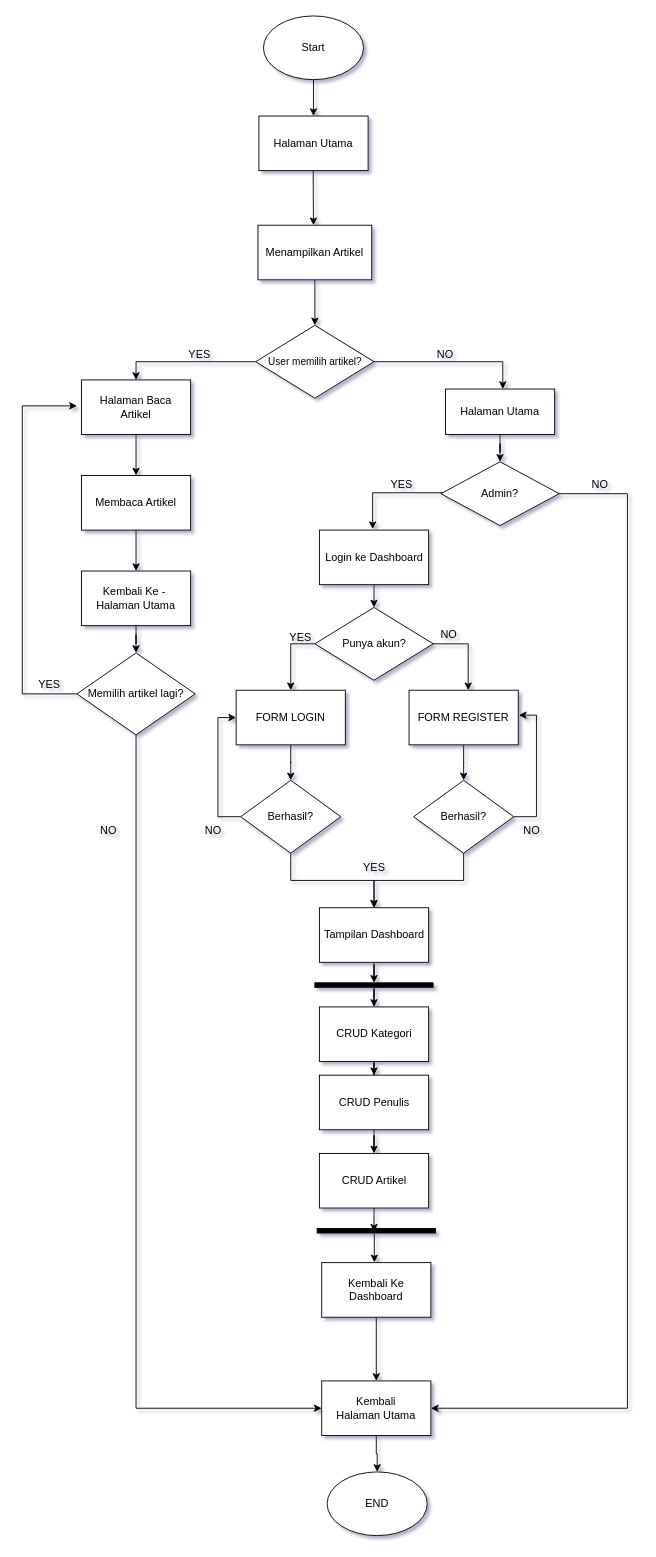
This is Untitled Diagram.drawio from EnjoyUrLife69/P5-PROJECT, a draw.io file, before an edit. Source tidied: cells renumbered, new cells numbered last; positions are measured from the earlier drawing's top-left corner, leaving out a move shared by most shapes. Both pictures are drawn from the tidied source at 91%, with x=0, y=0 at pixel (22, 15).
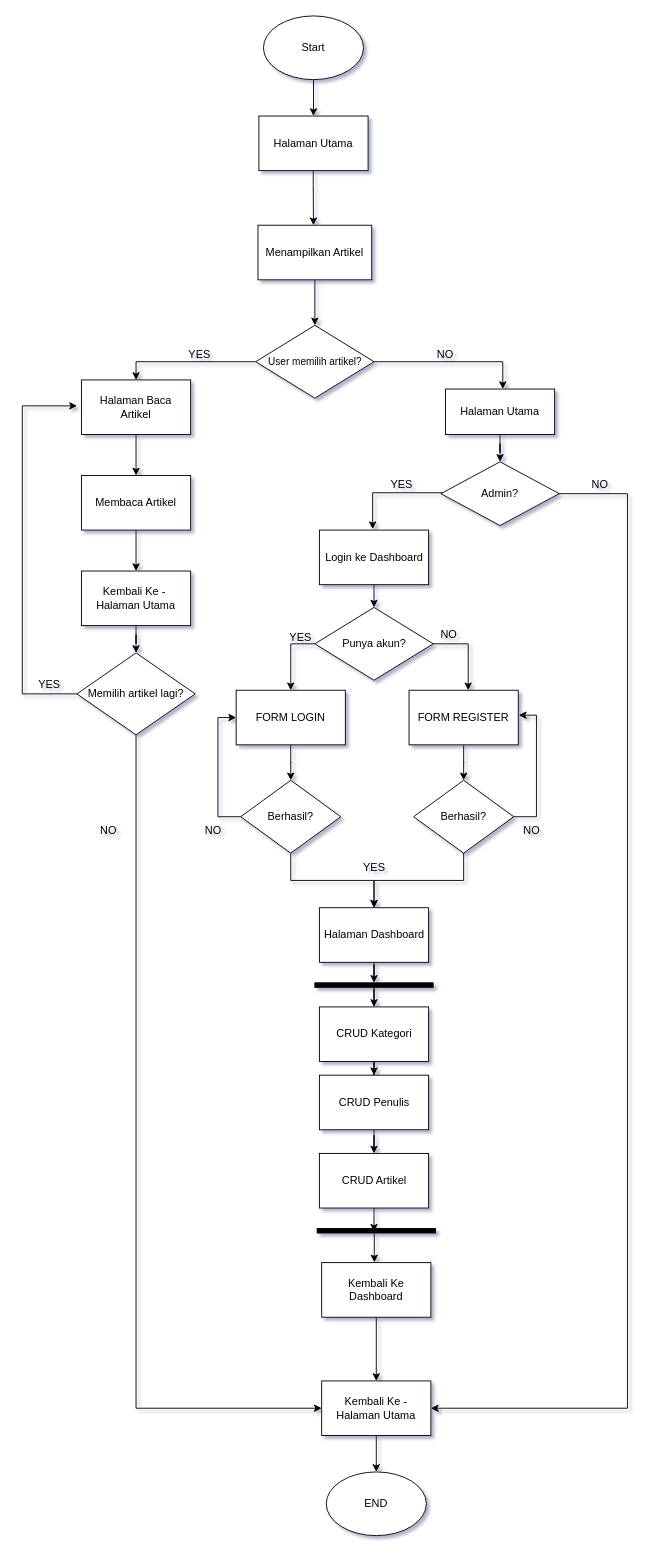
After the change.

The edit, as a diff of the source:
```diff
@@
-    <mxCell id="49" value="Tampilan Dashboard" style="whiteSpace=wrap;html=1;rounded=0;" parent="1" vertex="1">
+    <mxCell id="49" value="Halaman Dashboard" style="whiteSpace=wrap;html=1;rounded=0;" parent="1" vertex="1">
       <mxGeometry x="326.5" y="980" width="120" height="60" as="geometry" />
     </mxCell>
@@
-    <mxCell id="66" value="&lt;div&gt;Kembali&lt;/div&gt;Halaman Utama" style="rounded=0;whiteSpace=wrap;html=1;" parent="1" vertex="1">
+    <mxCell id="66" value="&lt;div&gt;Kembali Ke -&lt;/div&gt;Halaman Utama" style="rounded=0;whiteSpace=wrap;html=1;" parent="1" vertex="1">
       <mxGeometry x="329" y="1500" width="120" height="60" as="geometry" />
     </mxCell>
     <mxCell id="67" value="END" style="ellipse;whiteSpace=wrap;html=1;" parent="1" vertex="1">
-      <mxGeometry x="335" y="1600" width="110" height="70" as="geometry" />
+      <mxGeometry x="334" y="1600" width="110" height="70" as="geometry" />
     </mxCell>
```
